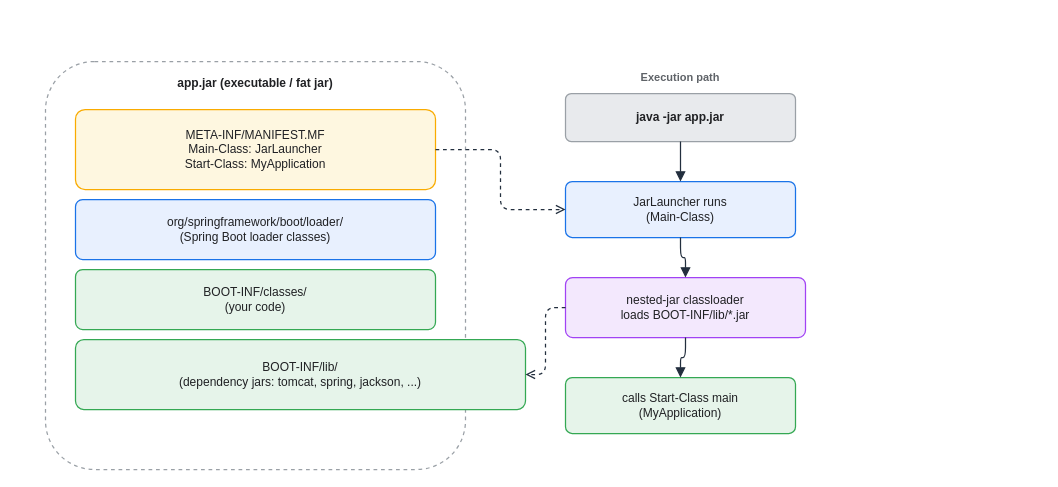
Before: assets/img/spring/spring-08-fatjar-layout.drawio in KKamJi98/kkamji98.github.io, a draw.io diagram. Source tidied: cells renumbered, new cells numbered last; positions are measured from the earlier drawing's top-left corner, leaving out a move shared by most shapes. Both pictures are drawn from the tidied source at 100%, with x=0, y=0 at pixel (45, 59).
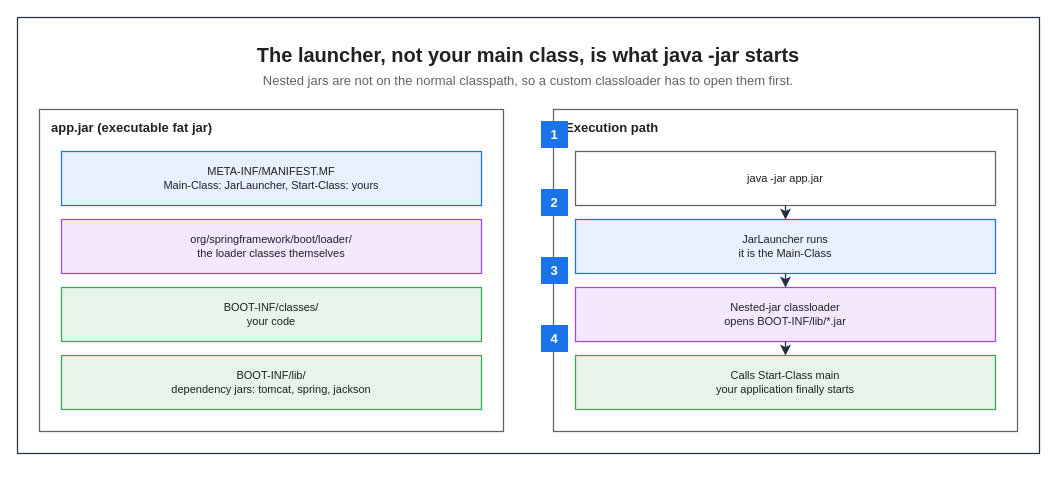
The same page after the edit.

The edit, as a diff of the source:
```diff
@@
+    <mxCell id="17" style="rounded=0;html=0;fillColor=none;strokeColor=#232F3E;fontColor=#202124;strokeWidth=1.25;" parent="1" vertex="1">
+      <mxGeometry x="-28" y="-42" width="1022" height="436" as="geometry" />
+    </mxCell>
+    <mxCell id="18" value="The launcher, not your main class, is what java -jar starts" style="text;html=0;whiteSpace=wrap;fillColor=none;strokeColor=none;fontColor=#202124;fontSize=20;fontStyle=1;align=center;verticalAlign=middle;" parent="1" vertex="1">
+      <mxGeometry x="-6" y="-20" width="978" height="30" as="geometry" />
+    </mxCell>
+    <mxCell id="19" value="Nested jars are not on the normal classpath, so a custom classloader has to open them first." style="text;html=0;whiteSpace=wrap;fillColor=none;strokeColor=none;fontColor=#5F6368;fontSize=13;fontStyle=0;align=center;verticalAlign=middle;" parent="1" vertex="1">
+      <mxGeometry x="-6" y="10" width="978" height="22" as="geometry" />
+    </mxCell>
-    <mxCell id="2" value="app.jar (executable / fat jar)" style="rounded=1;whiteSpace=wrap;html=0;arcSize=12;shadow=0;fillColor=#FFFFFF;strokeColor=#9AA0A6;fontColor=#202124;fontStyle=1;verticalAlign=top;align=center;dashed=1;spacingTop=8;strokeWidth=1.25;" parent="1" vertex="1">
-      <mxGeometry y="2" width="420" height="408" as="geometry" />
+    <mxCell id="2" value="app.jar (executable fat jar)" style="rounded=0;whiteSpace=wrap;html=0;fillColor=none;strokeColor=#5F6368;fontColor=#202124;fontSize=13;fontStyle=1;align=left;verticalAlign=top;spacingLeft=10;spacingTop=4;strokeWidth=1.25;dashed=0;" parent="1" vertex="1">
+      <mxGeometry x="-6" y="50" width="464" height="322" as="geometry" />
     </mxCell>
+    <mxCell id="7" value="Execution path" style="rounded=0;whiteSpace=wrap;html=0;fillColor=none;strokeColor=#5F6368;fontColor=#202124;fontSize=13;fontStyle=1;align=left;verticalAlign=top;spacingLeft=10;spacingTop=4;strokeWidth=1.25;dashed=0;" parent="1" vertex="1">
+      <mxGeometry x="508" y="50" width="464" height="322" as="geometry" />
+    </mxCell>
-    <mxCell id="3" value="META-INF/MANIFEST.MF&#10;Main-Class: JarLauncher&#10;Start-Class: MyApplication" style="rounded=1;whiteSpace=wrap;html=0;arcSize=12;shadow=0;fillColor=#FEF7E0;strokeColor=#F9AB00;fontColor=#202124;strokeWidth=1.25;" parent="1" vertex="1">
-      <mxGeometry x="30" y="50" width="360" height="80" as="geometry" />
+    <mxCell id="3" value="META-INF/MANIFEST.MF&#10;Main-Class: JarLauncher, Start-Class: yours" style="rounded=0;whiteSpace=wrap;html=0;fillColor=#E8F0FE;strokeColor=#1A73E8;fontColor=#202124;fontSize=11;fontStyle=0;align=center;verticalAlign=middle;spacingLeft=6;spacingRight=6;strokeWidth=1.25;" parent="1" vertex="1">
+      <mxGeometry x="16" y="92" width="420" height="54" as="geometry" />
     </mxCell>
-    <mxCell id="4" value="org/springframework/boot/loader/&#10;(Spring Boot loader classes)" style="rounded=1;whiteSpace=wrap;html=0;arcSize=12;shadow=0;fillColor=#E8F0FE;strokeColor=#1A73E8;fontColor=#202124;strokeWidth=1.25;" parent="1" vertex="1">
-      <mxGeometry x="30" y="140" width="360" height="60" as="geometry" />
+    <mxCell id="4" value="org/springframework/boot/loader/&#10;the loader classes themselves" style="rounded=0;whiteSpace=wrap;html=0;fillColor=#F3E8FD;strokeColor=#A142F4;fontColor=#202124;fontSize=11;fontStyle=0;align=center;verticalAlign=middle;spacingLeft=6;spacingRight=6;strokeWidth=1.25;" parent="1" vertex="1">
+      <mxGeometry x="16" y="160" width="420" height="54" as="geometry" />
     </mxCell>
-    <mxCell id="5" value="BOOT-INF/classes/&#10;(your code)" style="rounded=1;whiteSpace=wrap;html=0;arcSize=12;shadow=0;fillColor=#E6F4EA;strokeColor=#34A853;fontColor=#202124;strokeWidth=1.25;" parent="1" vertex="1">
-      <mxGeometry x="30" y="210" width="360" height="60" as="geometry" />
+    <mxCell id="5" value="BOOT-INF/classes/&#10;your code" style="rounded=0;whiteSpace=wrap;html=0;fillColor=#E6F4EA;strokeColor=#34A853;fontColor=#202124;fontSize=11;fontStyle=0;align=center;verticalAlign=middle;spacingLeft=6;spacingRight=6;strokeWidth=1.25;" parent="1" vertex="1">
+      <mxGeometry x="16" y="228" width="420" height="54" as="geometry" />
     </mxCell>
-    <mxCell id="6" value="BOOT-INF/lib/&#10;(dependency jars: tomcat, spring, jackson, ...)" style="rounded=1;whiteSpace=wrap;html=0;arcSize=12;shadow=0;fillColor=#E6F4EA;strokeColor=#34A853;fontColor=#202124;strokeWidth=1.25;" parent="1" vertex="1">
-      <mxGeometry x="30" y="280" width="450" height="70" as="geometry" />
+    <mxCell id="6" value="BOOT-INF/lib/&#10;dependency jars: tomcat, spring, jackson" style="rounded=0;whiteSpace=wrap;html=0;fillColor=#E6F4EA;strokeColor=#34A853;fontColor=#202124;fontSize=11;fontStyle=0;align=center;verticalAlign=middle;spacingLeft=6;spacingRight=6;strokeWidth=1.25;" parent="1" vertex="1">
+      <mxGeometry x="16" y="296" width="420" height="54" as="geometry" />
     </mxCell>
-    <mxCell id="7" value="Execution path" style="text;html=0;align=center;verticalAlign=middle;fontSize=11;fontStyle=1;fontColor=#5F6368;" parent="1" vertex="1">
-      <mxGeometry x="520" width="230" height="35" as="geometry" />
-    </mxCell>
-    <mxCell id="8" value="java -jar app.jar" style="rounded=1;whiteSpace=wrap;html=0;arcSize=12;shadow=0;fillColor=#E8EAED;strokeColor=#9AA0A6;fontColor=#202124;fontStyle=1;strokeWidth=1.25;" parent="1" vertex="1">
-      <mxGeometry x="520" y="34" width="230" height="48" as="geometry" />
+    <mxCell id="8" value="java -jar app.jar" style="rounded=0;whiteSpace=wrap;html=0;fillColor=#FFFFFF;strokeColor=#5F6368;fontColor=#202124;fontSize=11;fontStyle=0;align=center;verticalAlign=middle;spacingLeft=6;spacingRight=6;strokeWidth=1.25;" parent="1" vertex="1">
+      <mxGeometry x="530" y="92" width="420" height="54" as="geometry" />
     </mxCell>
-    <mxCell id="9" value="JarLauncher runs&#10;(Main-Class)" style="rounded=1;whiteSpace=wrap;html=0;arcSize=12;shadow=0;fillColor=#E8F0FE;strokeColor=#1A73E8;fontColor=#202124;strokeWidth=1.25;" parent="1" vertex="1">
-      <mxGeometry x="520" y="122" width="230" height="56" as="geometry" />
+    <mxCell id="9" value="JarLauncher runs&#10;it is the Main-Class" style="rounded=0;whiteSpace=wrap;html=0;fillColor=#E8F0FE;strokeColor=#1A73E8;fontColor=#202124;fontSize=11;fontStyle=0;align=center;verticalAlign=middle;spacingLeft=6;spacingRight=6;strokeWidth=1.25;" parent="1" vertex="1">
+      <mxGeometry x="530" y="160" width="420" height="54" as="geometry" />
     </mxCell>
-    <mxCell id="10" value="nested-jar classloader&#10;loads BOOT-INF/lib/*.jar" style="rounded=1;whiteSpace=wrap;html=0;arcSize=12;shadow=0;fillColor=#F3E8FD;strokeColor=#A142F4;fontColor=#202124;strokeWidth=1.25;" parent="1" vertex="1">
-      <mxGeometry x="520" y="218" width="240" height="60" as="geometry" />
+    <mxCell id="10" value="Nested-jar classloader&#10;opens BOOT-INF/lib/*.jar" style="rounded=0;whiteSpace=wrap;html=0;fillColor=#F3E8FD;strokeColor=#A142F4;fontColor=#202124;fontSize=11;fontStyle=0;align=center;verticalAlign=middle;spacingLeft=6;spacingRight=6;strokeWidth=1.25;" parent="1" vertex="1">
+      <mxGeometry x="530" y="228" width="420" height="54" as="geometry" />
     </mxCell>
-    <mxCell id="11" value="calls Start-Class main&#10;(MyApplication)" style="rounded=1;whiteSpace=wrap;html=0;arcSize=12;shadow=0;fillColor=#E6F4EA;strokeColor=#34A853;fontColor=#202124;strokeWidth=1.25;" parent="1" vertex="1">
-      <mxGeometry x="520" y="318" width="230" height="56" as="geometry" />
+    <mxCell id="11" value="Calls Start-Class main&#10;your application finally starts" style="rounded=0;whiteSpace=wrap;html=0;fillColor=#E6F4EA;strokeColor=#34A853;fontColor=#202124;fontSize=11;fontStyle=0;align=center;verticalAlign=middle;spacingLeft=6;spacingRight=6;strokeWidth=1.25;" parent="1" vertex="1">
+      <mxGeometry x="530" y="296" width="420" height="54" as="geometry" />
     </mxCell>
+    <mxCell id="20" value="1" style="rounded=0;whiteSpace=wrap;html=0;fillColor=#1A73E8;strokeColor=#1A73E8;fontColor=#FFFFFF;fontSize=13;fontStyle=1;align=center;verticalAlign=middle;" parent="1" vertex="1">
+      <mxGeometry x="496" y="62" width="26" height="26" as="geometry" />
+    </mxCell>
+    <mxCell id="21" value="2" style="rounded=0;whiteSpace=wrap;html=0;fillColor=#1A73E8;strokeColor=#1A73E8;fontColor=#FFFFFF;fontSize=13;fontStyle=1;align=center;verticalAlign=middle;" parent="1" vertex="1">
+      <mxGeometry x="496" y="130" width="26" height="26" as="geometry" />
+    </mxCell>
+    <mxCell id="22" value="3" style="rounded=0;whiteSpace=wrap;html=0;fillColor=#1A73E8;strokeColor=#1A73E8;fontColor=#FFFFFF;fontSize=13;fontStyle=1;align=center;verticalAlign=middle;" parent="1" vertex="1">
+      <mxGeometry x="496" y="198" width="26" height="26" as="geometry" />
+    </mxCell>
+    <mxCell id="23" value="4" style="rounded=0;whiteSpace=wrap;html=0;fillColor=#1A73E8;strokeColor=#1A73E8;fontColor=#FFFFFF;fontSize=13;fontStyle=1;align=center;verticalAlign=middle;" parent="1" vertex="1">
+      <mxGeometry x="496" y="266" width="26" height="26" as="geometry" />
+    </mxCell>
-    <mxCell id="12" style="edgeStyle=orthogonalEdgeStyle;rounded=1;html=0;strokeColor=#232F3E;fontColor=#202124;labelBackgroundColor=none;endArrow=block;exitX=0.5;exitY=1;exitDx=0;exitDy=0;entryX=0.5;entryY=0;entryDx=0;entryDy=0;strokeWidth=1.25;endSize=7;" parent="1" edge="1" source="8" target="9">
+    <mxCell id="12" style="edgeStyle=orthogonalEdgeStyle;rounded=0;html=0;strokeColor=#232F3E;strokeWidth=1.25;endArrow=classic;endFill=1;endSize=7;fontSize=11;fontColor=#202124;labelBackgroundColor=none;jettySize=14;exitX=0.5;exitY=1;entryX=0.5;entryY=0;exitDx=0;exitDy=0;entryDx=0;entryDy=0;" parent="1" edge="1" source="8" target="9">
       <mxGeometry relative="1" as="geometry" />
     </mxCell>
-    <mxCell id="13" style="edgeStyle=orthogonalEdgeStyle;rounded=1;html=0;strokeColor=#232F3E;fontColor=#202124;labelBackgroundColor=none;endArrow=block;exitX=0.5;exitY=1;exitDx=0;exitDy=0;entryX=0.5;entryY=0;entryDx=0;entryDy=0;strokeWidth=1.25;endSize=7;" parent="1" edge="1" source="9" target="10">
+    <mxCell id="13" style="edgeStyle=orthogonalEdgeStyle;rounded=0;html=0;strokeColor=#232F3E;strokeWidth=1.25;endArrow=classic;endFill=1;endSize=7;fontSize=11;fontColor=#202124;labelBackgroundColor=none;jettySize=14;exitX=0.5;exitY=1;entryX=0.5;entryY=0;exitDx=0;exitDy=0;entryDx=0;entryDy=0;" parent="1" edge="1" source="9" target="10">
       <mxGeometry relative="1" as="geometry" />
     </mxCell>
-    <mxCell id="14" style="edgeStyle=orthogonalEdgeStyle;rounded=1;html=0;strokeColor=#232F3E;fontColor=#202124;labelBackgroundColor=none;endArrow=block;exitX=0.5;exitY=1;exitDx=0;exitDy=0;entryX=0.5;entryY=0;entryDx=0;entryDy=0;strokeWidth=1.25;endSize=7;" parent="1" edge="1" source="10" target="11">
+    <mxCell id="14" style="edgeStyle=orthogonalEdgeStyle;rounded=0;html=0;strokeColor=#232F3E;strokeWidth=1.25;endArrow=classic;endFill=1;endSize=7;fontSize=11;fontColor=#202124;labelBackgroundColor=none;jettySize=14;exitX=0.5;exitY=1;entryX=0.5;entryY=0;exitDx=0;exitDy=0;entryDx=0;entryDy=0;" parent="1" edge="1" source="10" target="11">
       <mxGeometry relative="1" as="geometry" />
     </mxCell>
-    <mxCell id="15" style="edgeStyle=orthogonalEdgeStyle;rounded=1;html=0;dashed=1;fontColor=#202124;strokeColor=#232F3E;labelBackgroundColor=none;endArrow=open;endSize=7;exitX=1;exitY=0.5;exitDx=0;exitDy=0;entryX=0;entryY=0.5;entryDx=0;entryDy=0;strokeWidth=1.25;" parent="1" edge="1" source="3" target="9">
-      <mxGeometry relative="1" as="geometry" />
-    </mxCell>
-    <mxCell id="16" style="edgeStyle=orthogonalEdgeStyle;rounded=1;html=0;dashed=1;fontColor=#202124;strokeColor=#232F3E;labelBackgroundColor=none;endArrow=open;endSize=7;exitX=0;exitY=0.5;exitDx=0;exitDy=0;entryX=1;entryY=0.5;entryDx=0;entryDy=0;strokeWidth=1.25;" parent="1" edge="1" source="10" target="6">
-      <mxGeometry relative="1" as="geometry" />
-    </mxCell>
```
